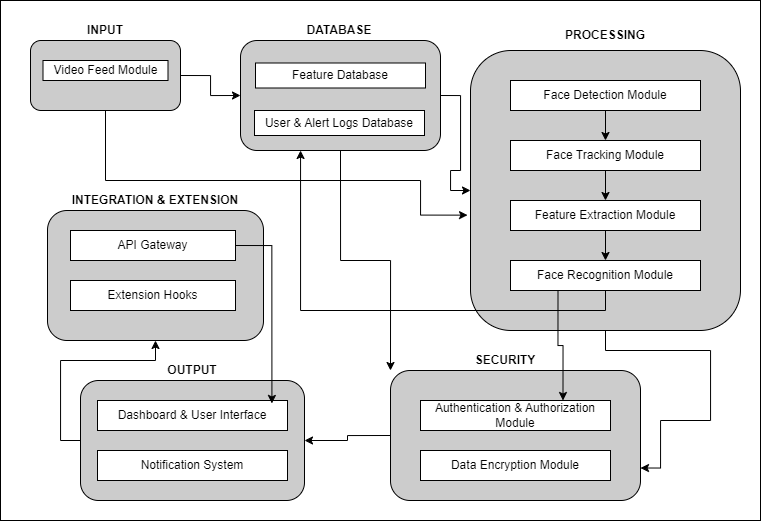
The draw.io diagram Report/components/images/sys-arch.png in dheeraj120501/FaceGaurd, before a commit. Source tidied: cells renumbered, new cells last; positions are measured from the earlier drawing's top-left corner, leaving out a move shared by most shapes. Its diagram source:
```xml
<mxGraphModel>
  <root>
    <mxCell id="0" />
    <mxCell id="1" parent="0" />
    <mxCell id="2" style="rounded=0;whiteSpace=wrap;html=1;" parent="1" vertex="1">
      <mxGeometry width="760" height="520" as="geometry" />
    </mxCell>
    <mxCell id="3" style="edgeStyle=orthogonalEdgeStyle;rounded=0;jettySize=auto;html=1;exitX=1;exitY=0.5;exitDx=0;exitDy=0;entryX=0;entryY=0.5;entryDx=0;entryDy=0;" parent="1" edge="1" source="4" target="8">
      <mxGeometry relative="1" as="geometry" />
    </mxCell>
    <mxCell id="4" style="rounded=1;whiteSpace=wrap;html=1;fillColor=#CCCCCC;" parent="1" vertex="1">
      <mxGeometry x="30" y="40" width="150" height="70" as="geometry" />
    </mxCell>
    <mxCell id="5" style="rounded=1;whiteSpace=wrap;html=1;fillColor=#CCCCCC;" parent="1" vertex="1">
      <mxGeometry x="470" y="50" width="270" height="280" as="geometry" />
    </mxCell>
    <mxCell id="6" style="edgeStyle=orthogonalEdgeStyle;rounded=0;jettySize=auto;html=1;exitX=1;exitY=0.5;exitDx=0;exitDy=0;entryX=0;entryY=0.5;entryDx=0;entryDy=0;" parent="1" edge="1" source="8" target="5">
      <mxGeometry relative="1" as="geometry" />
    </mxCell>
    <mxCell id="7" style="edgeStyle=orthogonalEdgeStyle;rounded=0;jettySize=auto;html=1;exitX=0.5;exitY=1;exitDx=0;exitDy=0;entryX=0;entryY=0;entryDx=0;entryDy=0;" parent="1" edge="1" source="8" target="12">
      <mxGeometry relative="1" as="geometry">
        <Array as="points">
          <mxPoint x="340" y="260" />
          <mxPoint x="390" y="260" />
        </Array>
      </mxGeometry>
    </mxCell>
    <mxCell id="8" style="rounded=1;whiteSpace=wrap;html=1;fillColor=#CCCCCC;" parent="1" vertex="1">
      <mxGeometry x="240" y="40" width="200" height="110" as="geometry" />
    </mxCell>
    <mxCell id="9" style="edgeStyle=orthogonalEdgeStyle;rounded=0;jettySize=auto;html=1;exitX=0;exitY=0.5;exitDx=0;exitDy=0;entryX=0.5;entryY=1;entryDx=0;entryDy=0;" parent="1" edge="1" source="10" target="13">
      <mxGeometry relative="1" as="geometry" />
    </mxCell>
    <mxCell id="10" style="rounded=1;whiteSpace=wrap;html=1;fillColor=#CCCCCC;" parent="1" vertex="1">
      <mxGeometry x="80" y="380" width="224" height="120" as="geometry" />
    </mxCell>
    <mxCell id="11" style="edgeStyle=orthogonalEdgeStyle;rounded=0;jettySize=auto;html=1;exitX=0;exitY=0.5;exitDx=0;exitDy=0;entryX=1;entryY=0.5;entryDx=0;entryDy=0;" parent="1" edge="1" source="12" target="10">
      <mxGeometry relative="1" as="geometry" />
    </mxCell>
    <mxCell id="12" style="rounded=1;whiteSpace=wrap;html=1;fillColor=#CCCCCC;" parent="1" vertex="1">
      <mxGeometry x="390" y="370" width="250" height="130" as="geometry" />
    </mxCell>
    <mxCell id="13" style="rounded=1;whiteSpace=wrap;html=1;fillColor=#CCCCCC;" parent="1" vertex="1">
      <mxGeometry x="47" y="210" width="216" height="130" as="geometry" />
    </mxCell>
    <mxCell id="14" value="&lt;b&gt;INPUT&lt;/b&gt;" style="text;html=1;strokeColor=none;fillColor=none;align=center;verticalAlign=middle;whiteSpace=wrap;rounded=0;" parent="1" vertex="1">
      <mxGeometry x="70" y="20" width="70" height="20" as="geometry" />
    </mxCell>
    <mxCell id="15" value="&lt;b&gt;PROCESSING&lt;/b&gt;" style="text;html=1;strokeColor=none;fillColor=none;align=center;verticalAlign=middle;whiteSpace=wrap;rounded=0;" parent="1" vertex="1">
      <mxGeometry x="560" y="20" width="90" height="30" as="geometry" />
    </mxCell>
    <mxCell id="16" value="&lt;b&gt;INTEGRATION &amp;amp; EXTENSION&lt;/b&gt;" style="text;html=1;strokeColor=none;fillColor=none;align=center;verticalAlign=middle;whiteSpace=wrap;rounded=0;" parent="1" vertex="1">
      <mxGeometry x="70" y="190" width="170" height="20" as="geometry" />
    </mxCell>
    <mxCell id="17" value="&lt;b&gt;DATABASE&lt;/b&gt;" style="text;html=1;strokeColor=none;fillColor=none;align=center;verticalAlign=middle;whiteSpace=wrap;rounded=0;" parent="1" vertex="1">
      <mxGeometry x="304" y="20" width="70" height="20" as="geometry" />
    </mxCell>
    <mxCell id="18" value="&lt;b&gt;SECURITY&lt;/b&gt;" style="text;html=1;strokeColor=none;fillColor=none;align=center;verticalAlign=middle;whiteSpace=wrap;rounded=0;" parent="1" vertex="1">
      <mxGeometry x="470" y="350" width="70" height="20" as="geometry" />
    </mxCell>
    <mxCell id="19" value="&lt;b&gt;OUTPUT&lt;/b&gt;" style="text;html=1;strokeColor=none;fillColor=none;align=center;verticalAlign=middle;whiteSpace=wrap;rounded=0;" parent="1" vertex="1">
      <mxGeometry x="157" y="360" width="70" height="20" as="geometry" />
    </mxCell>
    <mxCell id="20" value="Video Feed Module" style="rounded=0;whiteSpace=wrap;html=1;" parent="1" vertex="1">
      <mxGeometry x="42.5" y="60" width="125" height="20" as="geometry" />
    </mxCell>
    <mxCell id="21" style="edgeStyle=orthogonalEdgeStyle;rounded=0;jettySize=auto;html=1;exitX=0.5;exitY=1;exitDx=0;exitDy=0;entryX=0.5;entryY=0;entryDx=0;entryDy=0;" parent="1" edge="1" source="22" target="24">
      <mxGeometry relative="1" as="geometry" />
    </mxCell>
    <mxCell id="22" value="Face Detection Module" style="rounded=0;whiteSpace=wrap;html=1;" parent="1" vertex="1">
      <mxGeometry x="510" y="80" width="190" height="30" as="geometry" />
    </mxCell>
    <mxCell id="23" style="edgeStyle=orthogonalEdgeStyle;rounded=0;jettySize=auto;html=1;exitX=0.5;exitY=1;exitDx=0;exitDy=0;entryX=0.5;entryY=0;entryDx=0;entryDy=0;" parent="1" edge="1" source="24" target="26">
      <mxGeometry relative="1" as="geometry" />
    </mxCell>
    <mxCell id="24" value="Face Tracking Module" style="rounded=0;whiteSpace=wrap;html=1;" parent="1" vertex="1">
      <mxGeometry x="510" y="140" width="190" height="30" as="geometry" />
    </mxCell>
    <mxCell id="25" style="edgeStyle=orthogonalEdgeStyle;rounded=0;jettySize=auto;html=1;exitX=0.5;exitY=1;exitDx=0;exitDy=0;entryX=0.5;entryY=0;entryDx=0;entryDy=0;" parent="1" edge="1" source="26" target="29">
      <mxGeometry relative="1" as="geometry" />
    </mxCell>
    <mxCell id="26" value="Feature Extraction Module" style="rounded=0;whiteSpace=wrap;html=1;" parent="1" vertex="1">
      <mxGeometry x="510" y="200" width="190" height="30" as="geometry" />
    </mxCell>
    <mxCell id="27" style="edgeStyle=orthogonalEdgeStyle;rounded=0;jettySize=auto;html=1;exitX=0.5;exitY=1;exitDx=0;exitDy=0;" parent="1" edge="1" source="29" target="8">
      <mxGeometry relative="1" as="geometry">
        <Array as="points">
          <mxPoint x="605" y="310" />
          <mxPoint x="300" y="310" />
        </Array>
      </mxGeometry>
    </mxCell>
    <mxCell id="28" style="edgeStyle=orthogonalEdgeStyle;rounded=0;jettySize=auto;html=1;exitX=0.25;exitY=1;exitDx=0;exitDy=0;entryX=0.75;entryY=0;entryDx=0;entryDy=0;" parent="1" edge="1" source="29" target="32">
      <mxGeometry relative="1" as="geometry" />
    </mxCell>
    <mxCell id="29" value="Face Recognition Module" style="rounded=0;whiteSpace=wrap;html=1;" parent="1" vertex="1">
      <mxGeometry x="510" y="260" width="190" height="30" as="geometry" />
    </mxCell>
    <mxCell id="30" value="Feature Database" style="rounded=0;whiteSpace=wrap;html=1;" parent="1" vertex="1">
      <mxGeometry x="255" y="62.5" width="170" height="25" as="geometry" />
    </mxCell>
    <mxCell id="31" value="User &amp;amp; Alert Logs Database" style="rounded=0;whiteSpace=wrap;html=1;" parent="1" vertex="1">
      <mxGeometry x="254" y="110" width="170" height="25" as="geometry" />
    </mxCell>
    <mxCell id="32" value="Authentication &amp;amp; Authorization Module" style="rounded=0;whiteSpace=wrap;html=1;" parent="1" vertex="1">
      <mxGeometry x="420" y="400" width="190" height="30" as="geometry" />
    </mxCell>
    <mxCell id="33" value="Data Encryption Module" style="rounded=0;whiteSpace=wrap;html=1;" parent="1" vertex="1">
      <mxGeometry x="420" y="450" width="190" height="30" as="geometry" />
    </mxCell>
    <mxCell id="34" value="API Gateway" style="rounded=0;whiteSpace=wrap;html=1;" parent="1" vertex="1">
      <mxGeometry x="70" y="230" width="165" height="30" as="geometry" />
    </mxCell>
    <mxCell id="35" value="Extension Hooks" style="rounded=0;whiteSpace=wrap;html=1;" parent="1" vertex="1">
      <mxGeometry x="70" y="280" width="165" height="30" as="geometry" />
    </mxCell>
    <mxCell id="36" value="Dashboard &amp;amp; User Interface" style="rounded=0;whiteSpace=wrap;html=1;" parent="1" vertex="1">
      <mxGeometry x="97" y="400" width="190" height="30" as="geometry" />
    </mxCell>
    <mxCell id="37" value="Notification System" style="rounded=0;whiteSpace=wrap;html=1;" parent="1" vertex="1">
      <mxGeometry x="97" y="450" width="190" height="30" as="geometry" />
    </mxCell>
    <mxCell id="38" style="edgeStyle=orthogonalEdgeStyle;rounded=0;jettySize=auto;html=1;exitX=0.5;exitY=1;exitDx=0;exitDy=0;entryX=-0.011;entryY=0.588;entryDx=0;entryDy=0;entryPerimeter=0;" parent="1" edge="1" source="4" target="5">
      <mxGeometry relative="1" as="geometry">
        <Array as="points">
          <mxPoint x="105" y="180" />
          <mxPoint x="420" y="180" />
          <mxPoint x="420" y="215" />
        </Array>
      </mxGeometry>
    </mxCell>
    <mxCell id="39" style="edgeStyle=orthogonalEdgeStyle;rounded=0;jettySize=auto;html=1;exitX=0.5;exitY=1;exitDx=0;exitDy=0;entryX=1;entryY=0.75;entryDx=0;entryDy=0;" parent="1" edge="1" source="5" target="12">
      <mxGeometry relative="1" as="geometry">
        <Array as="points">
          <mxPoint x="605" y="350" />
          <mxPoint x="710" y="350" />
          <mxPoint x="710" y="420" />
          <mxPoint x="660" y="420" />
          <mxPoint x="660" y="468" />
        </Array>
      </mxGeometry>
    </mxCell>
    <mxCell id="40" style="edgeStyle=orthogonalEdgeStyle;rounded=0;jettySize=auto;html=1;exitX=1;exitY=0.5;exitDx=0;exitDy=0;entryX=0.918;entryY=0.098;entryDx=0;entryDy=0;entryPerimeter=0;" parent="1" edge="1" source="34" target="36">
      <mxGeometry relative="1" as="geometry" />
    </mxCell>
  </root>
</mxGraphModel>
```
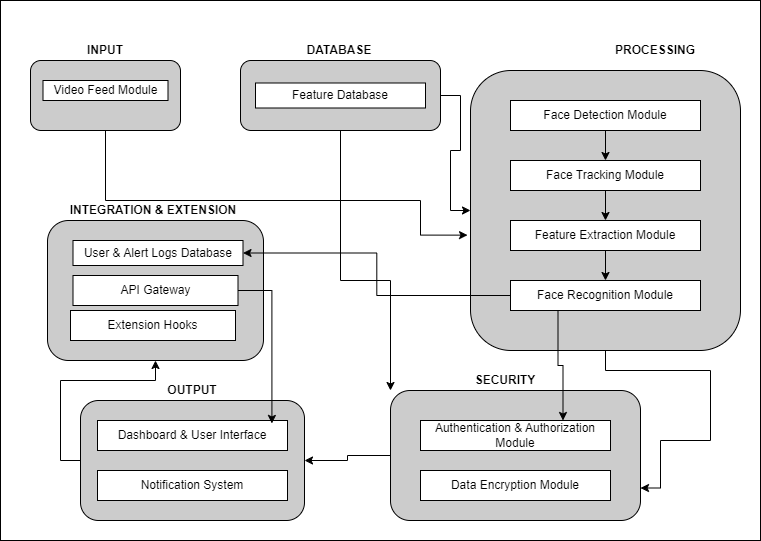
After the commit.

What changed in the source:
```diff
@@ -3,11 +3,8 @@
     <mxCell id="0" />
     <mxCell id="1" parent="0" />
     <mxCell id="2" style="rounded=0;whiteSpace=wrap;html=1;" parent="1" vertex="1">
-      <mxGeometry width="760" height="520" as="geometry" />
+      <mxGeometry y="-20" width="760" height="540" as="geometry" />
     </mxCell>
-    <mxCell id="3" style="edgeStyle=orthogonalEdgeStyle;rounded=0;jettySize=auto;html=1;exitX=1;exitY=0.5;exitDx=0;exitDy=0;entryX=0;entryY=0.5;entryDx=0;entryDy=0;" parent="1" edge="1" source="4" target="8">
-      <mxGeometry relative="1" as="geometry" />
-    </mxCell>
     <mxCell id="4" style="rounded=1;whiteSpace=wrap;html=1;fillColor=#CCCCCC;" parent="1" vertex="1">
       <mxGeometry x="30" y="40" width="150" height="70" as="geometry" />
     </mxCell>
@@ -17,7 +14,7 @@
     <mxCell id="6" style="edgeStyle=orthogonalEdgeStyle;rounded=0;jettySize=auto;html=1;exitX=1;exitY=0.5;exitDx=0;exitDy=0;entryX=0;entryY=0.5;entryDx=0;entryDy=0;" parent="1" edge="1" source="8" target="5">
       <mxGeometry relative="1" as="geometry" />
     </mxCell>
-    <mxCell id="7" style="edgeStyle=orthogonalEdgeStyle;rounded=0;jettySize=auto;html=1;exitX=0.5;exitY=1;exitDx=0;exitDy=0;entryX=0;entryY=0;entryDx=0;entryDy=0;" parent="1" edge="1" source="8" target="12">
+    <mxCell id="7" style="edgeStyle=orthogonalEdgeStyle;rounded=0;jettySize=auto;html=1;exitX=0.5;exitY=1;exitDx=0;exitDy=0;" parent="1" edge="1" source="8" target="12">
       <mxGeometry relative="1" as="geometry">
         <Array as="points">
           <mxPoint x="340" y="260" />
@@ -26,7 +23,7 @@
       </mxGeometry>
     </mxCell>
     <mxCell id="8" style="rounded=1;whiteSpace=wrap;html=1;fillColor=#CCCCCC;" parent="1" vertex="1">
-      <mxGeometry x="240" y="40" width="200" height="110" as="geometry" />
+      <mxGeometry x="240" y="40" width="200" height="70" as="geometry" />
     </mxCell>
     <mxCell id="9" style="edgeStyle=orthogonalEdgeStyle;rounded=0;jettySize=auto;html=1;exitX=0;exitY=0.5;exitDx=0;exitDy=0;entryX=0.5;entryY=1;entryDx=0;entryDy=0;" parent="1" edge="1" source="10" target="13">
       <mxGeometry relative="1" as="geometry" />
@@ -41,16 +38,16 @@
       <mxGeometry x="390" y="370" width="250" height="130" as="geometry" />
     </mxCell>
     <mxCell id="13" style="rounded=1;whiteSpace=wrap;html=1;fillColor=#CCCCCC;" parent="1" vertex="1">
-      <mxGeometry x="47" y="210" width="216" height="130" as="geometry" />
+      <mxGeometry x="47" y="200" width="216" height="140" as="geometry" />
     </mxCell>
     <mxCell id="14" value="&lt;b&gt;INPUT&lt;/b&gt;" style="text;html=1;strokeColor=none;fillColor=none;align=center;verticalAlign=middle;whiteSpace=wrap;rounded=0;" parent="1" vertex="1">
       <mxGeometry x="70" y="20" width="70" height="20" as="geometry" />
     </mxCell>
     <mxCell id="15" value="&lt;b&gt;PROCESSING&lt;/b&gt;" style="text;html=1;strokeColor=none;fillColor=none;align=center;verticalAlign=middle;whiteSpace=wrap;rounded=0;" parent="1" vertex="1">
-      <mxGeometry x="560" y="20" width="90" height="30" as="geometry" />
+      <mxGeometry x="610" y="15" width="90" height="30" as="geometry" />
     </mxCell>
     <mxCell id="16" value="&lt;b&gt;INTEGRATION &amp;amp; EXTENSION&lt;/b&gt;" style="text;html=1;strokeColor=none;fillColor=none;align=center;verticalAlign=middle;whiteSpace=wrap;rounded=0;" parent="1" vertex="1">
-      <mxGeometry x="70" y="190" width="170" height="20" as="geometry" />
+      <mxGeometry x="67.5" y="180" width="170" height="20" as="geometry" />
     </mxCell>
     <mxCell id="17" value="&lt;b&gt;DATABASE&lt;/b&gt;" style="text;html=1;strokeColor=none;fillColor=none;align=center;verticalAlign=middle;whiteSpace=wrap;rounded=0;" parent="1" vertex="1">
       <mxGeometry x="304" y="20" width="70" height="20" as="geometry" />
@@ -82,17 +79,12 @@
     <mxCell id="26" value="Feature Extraction Module" style="rounded=0;whiteSpace=wrap;html=1;" parent="1" vertex="1">
       <mxGeometry x="510" y="200" width="190" height="30" as="geometry" />
     </mxCell>
-    <mxCell id="27" style="edgeStyle=orthogonalEdgeStyle;rounded=0;jettySize=auto;html=1;exitX=0.5;exitY=1;exitDx=0;exitDy=0;" parent="1" edge="1" source="29" target="8">
-      <mxGeometry relative="1" as="geometry">
-        <Array as="points">
-          <mxPoint x="605" y="310" />
-          <mxPoint x="300" y="310" />
-        </Array>
-      </mxGeometry>
-    </mxCell>
     <mxCell id="28" style="edgeStyle=orthogonalEdgeStyle;rounded=0;jettySize=auto;html=1;exitX=0.25;exitY=1;exitDx=0;exitDy=0;entryX=0.75;entryY=0;entryDx=0;entryDy=0;" parent="1" edge="1" source="29" target="32">
       <mxGeometry relative="1" as="geometry" />
     </mxCell>
+    <mxCell id="41" style="edgeStyle=orthogonalEdgeStyle;rounded=0;jettySize=auto;html=1;entryX=1;entryY=0.5;entryDx=0;entryDy=0;" parent="1" edge="1" source="29" target="31">
+      <mxGeometry relative="1" as="geometry" />
+    </mxCell>
     <mxCell id="29" value="Face Recognition Module" style="rounded=0;whiteSpace=wrap;html=1;" parent="1" vertex="1">
       <mxGeometry x="510" y="260" width="190" height="30" as="geometry" />
     </mxCell>
@@ -100,7 +92,7 @@
       <mxGeometry x="255" y="62.5" width="170" height="25" as="geometry" />
     </mxCell>
     <mxCell id="31" value="User &amp;amp; Alert Logs Database" style="rounded=0;whiteSpace=wrap;html=1;" parent="1" vertex="1">
-      <mxGeometry x="254" y="110" width="170" height="25" as="geometry" />
+      <mxGeometry x="72.5" y="220" width="170" height="25" as="geometry" />
     </mxCell>
     <mxCell id="32" value="Authentication &amp;amp; Authorization Module" style="rounded=0;whiteSpace=wrap;html=1;" parent="1" vertex="1">
       <mxGeometry x="420" y="400" width="190" height="30" as="geometry" />
@@ -109,10 +101,10 @@
       <mxGeometry x="420" y="450" width="190" height="30" as="geometry" />
     </mxCell>
     <mxCell id="34" value="API Gateway" style="rounded=0;whiteSpace=wrap;html=1;" parent="1" vertex="1">
-      <mxGeometry x="70" y="230" width="165" height="30" as="geometry" />
+      <mxGeometry x="72.5" y="255" width="165" height="30" as="geometry" />
     </mxCell>
     <mxCell id="35" value="Extension Hooks" style="rounded=0;whiteSpace=wrap;html=1;" parent="1" vertex="1">
-      <mxGeometry x="70" y="280" width="165" height="30" as="geometry" />
+      <mxGeometry x="70" y="290" width="165" height="30" as="geometry" />
     </mxCell>
     <mxCell id="36" value="Dashboard &amp;amp; User Interface" style="rounded=0;whiteSpace=wrap;html=1;" parent="1" vertex="1">
       <mxGeometry x="97" y="400" width="190" height="30" as="geometry" />
```
